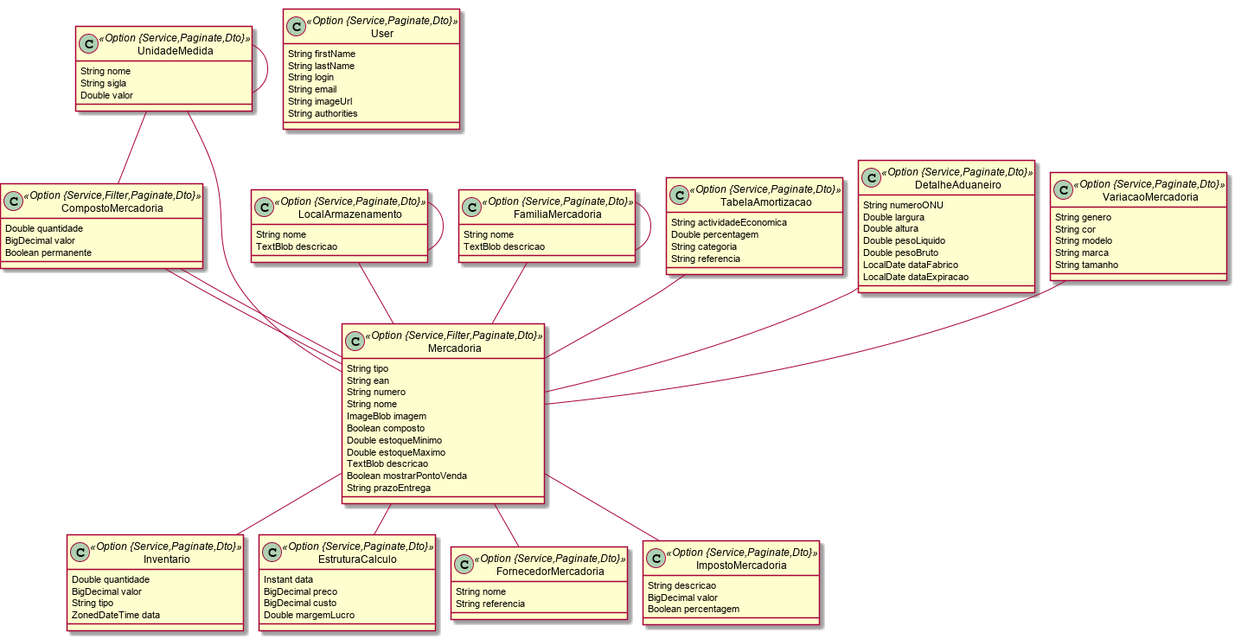
ravunana/negocio-domain keeps this PlantUML diagram as Inventario.png. Above is the earlier version.
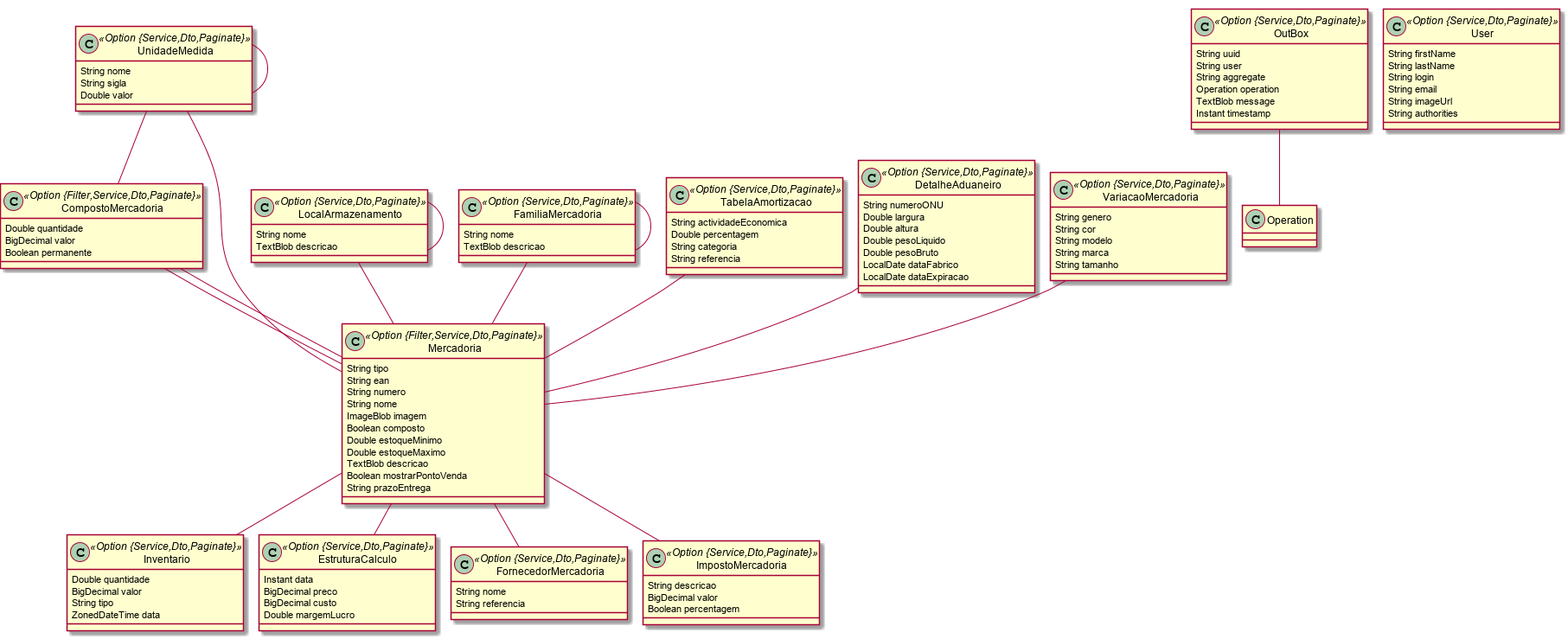
Above is the later version.

The edit, as a diff of the source:
```diff
@@ -1,25 +1,25 @@
 @startuml
 	!pragma graphviz_dot jdot
 	!pragma syntax class
-	class UnidadeMedida <<Option {Service,Paginate,Dto}>> {
+	class UnidadeMedida <<Option {Service,Dto,Paginate}>> {
 		String nome
 		String sigla
 		Double valor
 	}
-	class LocalArmazenamento <<Option {Service,Paginate,Dto}>> {
+	class LocalArmazenamento <<Option {Service,Dto,Paginate}>> {
 		String nome
 		TextBlob descricao
 	}
-	class CompostoMercadoria <<Option {Service,Filter,Paginate,Dto}>> {
+	class CompostoMercadoria <<Option {Filter,Service,Dto,Paginate}>> {
 		Double quantidade
 		BigDecimal valor
 		Boolean permanente
 	}
-	class FamiliaMercadoria <<Option {Service,Paginate,Dto}>> {
+	class FamiliaMercadoria <<Option {Service,Dto,Paginate}>> {
 		String nome
 		TextBlob descricao
 	}
-	class Mercadoria <<Option {Service,Filter,Paginate,Dto}>> {
+	class Mercadoria <<Option {Filter,Service,Dto,Paginate}>> {
 		String tipo
 		String ean
 		String numero
@@ -32,25 +32,25 @@
 		Boolean mostrarPontoVenda
 		String prazoEntrega
 	}
-	class Inventario <<Option {Service,Paginate,Dto}>> {
+	class Inventario <<Option {Service,Dto,Paginate}>> {
 		Double quantidade
 		BigDecimal valor
 		String tipo
 		ZonedDateTime data
 	}
-	class EstruturaCalculo <<Option {Service,Paginate,Dto}>> {
+	class EstruturaCalculo <<Option {Service,Dto,Paginate}>> {
 		Instant data
 		BigDecimal preco
 		BigDecimal custo
 		Double margemLucro
 	}
-	class TabelaAmortizacao <<Option {Service,Paginate,Dto}>> {
+	class TabelaAmortizacao <<Option {Service,Dto,Paginate}>> {
 		String actividadeEconomica
 		Double percentagem
 		String categoria
 		String referencia
 	}
-	class DetalheAduaneiro <<Option {Service,Paginate,Dto}>> {
+	class DetalheAduaneiro <<Option {Service,Dto,Paginate}>> {
 		String numeroONU
 		Double largura
 		Double altura
@@ -59,22 +59,31 @@
 		LocalDate dataFabrico
 		LocalDate dataExpiracao
 	}
-	class VariacaoMercadoria <<Option {Service,Paginate,Dto}>> {
+	class VariacaoMercadoria <<Option {Service,Dto,Paginate}>> {
 		String genero
 		String cor
 		String modelo
 		String marca
 		String tamanho
 	}
-	class FornecedorMercadoria <<Option {Service,Paginate,Dto}>> {
+	class FornecedorMercadoria <<Option {Service,Dto,Paginate}>> {
 		String nome
 		String referencia
 	}
-	class ImpostoMercadoria <<Option {Service,Paginate,Dto}>> {
+	class ImpostoMercadoria <<Option {Service,Dto,Paginate}>> {
 		String descricao
 		BigDecimal valor
 		Boolean percentagem
 	}
+	class OutBox <<Option {Service,Dto,Paginate}>> {
+		String uuid
+		String user
+		String aggregate
+		Operation operation
+		TextBlob message
+		Instant timestamp
+	}
+	OutBox ..> Operation
 	FamiliaMercadoria  "0..1 " --o "hierarquia(nome) 0..* "  FamiliaMercadoria
 	LocalArmazenamento  "0..1 " --o "hierarquia(nome) 0..* "  LocalArmazenamento
 	UnidadeMedida  "0..1 " --o "para(nome)  1..* "  UnidadeMedida
@@ -91,7 +100,7 @@
 	CompostoMercadoria  "Mercadoria(nome)  1..* " o-- "0..1 "  Mercadoria
 	DetalheAduaneiro  "Mercadoria(nome) 0..1 " -- "0..1 "  Mercadoria
 	VariacaoMercadoria  "Mercadoria(nome) 0..1 " -- "0..1 "  Mercadoria
-	class User <<Option {Service,Paginate,Dto}>> {
+	class User <<Option {Service,Dto,Paginate}>> {
 		String firstName
 		String lastName
 		String login
```
